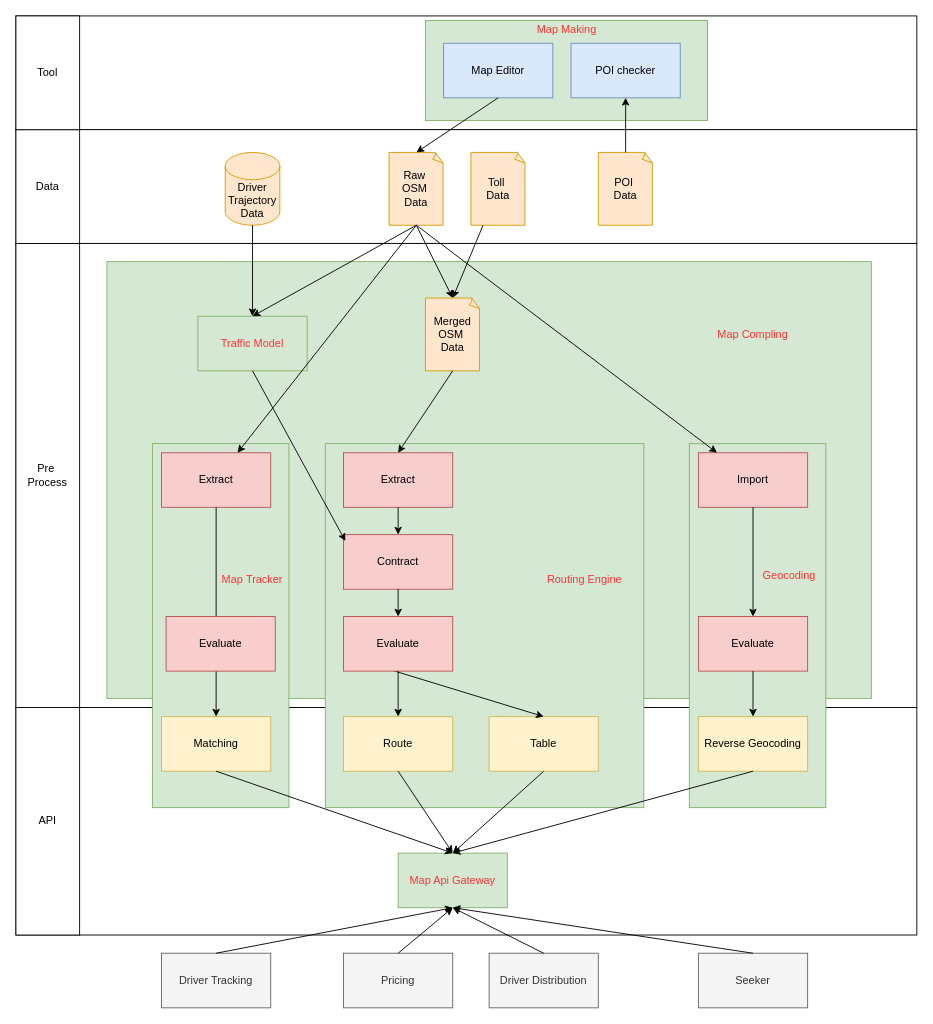
tallongsun/drawio keeps this draw.io diagram as page "map" (6 of 6) of sim-art.drawio. Above is the earlier version. Source tidied: cells renumbered, new cells numbered last; positions are measured from the earlier drawing's top-left corner, leaving out a move shared by most shapes. Both pictures are drawn from the tidied source at 91%, with x=0, y=0 at pixel (15, 15).
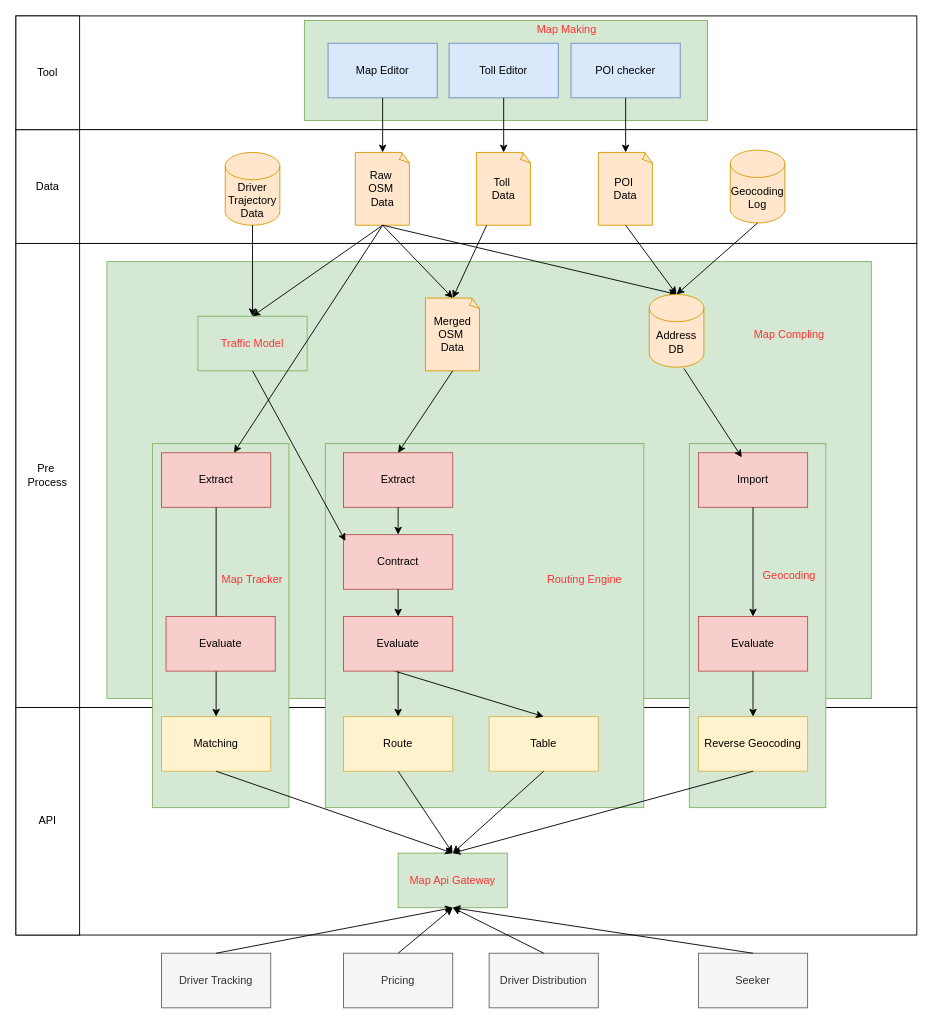
Above is the later version.

Unchanged cells that the change refers to:
```xml
<mxCell id="28" value="Import" style="rounded=0;whiteSpace=wrap;html=1;fillColor=#f8cecc;strokeColor=#b85450;" parent="1" vertex="1">
  <mxGeometry x="750" y="480" width="120" height="60" as="geometry" />
</mxCell>
<mxCell id="47" value="Seeker" style="rounded=0;whiteSpace=wrap;html=1;fillColor=#f5f5f5;fontColor=#333333;strokeColor=#666666;" parent="1" vertex="1">
  <mxGeometry x="750" y="1030" width="120" height="60" as="geometry" />
</mxCell>
<mxCell id="55" value="POI&amp;nbsp;&lt;div&gt;Data&lt;/div&gt;" style="whiteSpace=wrap;html=1;shape=mxgraph.basic.document;fillColor=#ffe6cc;strokeColor=#d79b00;" parent="1" vertex="1">
  <mxGeometry x="640" y="150" width="60" height="80" as="geometry" />
</mxCell>
<mxCell id="56" value="POI checker" style="rounded=0;whiteSpace=wrap;html=1;fillColor=#dae8fc;strokeColor=#6c8ebf;" parent="1" vertex="1">
  <mxGeometry x="610" y="30" width="120" height="60" as="geometry" />
</mxCell>
```

Diff of the diagram source:
```diff
@@
-    <mxCell id="6" style="rounded=0;whiteSpace=wrap;html=1;fillColor=#d5e8d4;strokeColor=#82b366;" parent="1" vertex="1">
-      <mxGeometry x="450" y="5" width="310" height="110" as="geometry" />
-    </mxCell>
+    <mxCell id="69" style="rounded=0;whiteSpace=wrap;html=1;fillColor=#d5e8d4;strokeColor=#82b366;" parent="1" vertex="1">
+      <mxGeometry x="317" y="5" width="443" height="110" as="geometry" />
+    </mxCell>
@@
     <mxCell id="12" value="Toll&amp;nbsp;&lt;div&gt;Data&lt;/div&gt;" style="whiteSpace=wrap;html=1;shape=mxgraph.basic.document;fillColor=#ffe6cc;strokeColor=#d79b00;" parent="1" vertex="1">
-      <mxGeometry x="500" y="150" width="60" height="80" as="geometry" />
+      <mxGeometry x="506" y="150" width="60" height="80" as="geometry" />
     </mxCell>
     <mxCell id="13" value="Raw&amp;nbsp;&lt;div&gt;OSM&amp;nbsp;&lt;/div&gt;&lt;div&gt;Data&lt;/div&gt;" style="whiteSpace=wrap;html=1;shape=mxgraph.basic.document;fillColor=#ffe6cc;strokeColor=#d79b00;" parent="1" vertex="1">
-      <mxGeometry x="410" y="150" width="60" height="80" as="geometry" />
+      <mxGeometry x="373" y="150" width="60" height="80" as="geometry" />
     </mxCell>
@@
-    <mxCell id="34" style="endArrow=classic;html=1;rounded=0;exitX=0.5;exitY=1;exitDx=0;exitDy=0;exitPerimeter=0;" parent="1" edge="1" source="13" target="28">
-      <mxGeometry relative="1" as="geometry" />
-    </mxCell>
+    <mxCell id="70" style="endArrow=classic;html=1;rounded=0;exitX=0.5;exitY=1;exitDx=0;exitDy=0;exitPerimeter=0;entryX=0.5;entryY=0;entryDx=0;entryDy=0;entryPerimeter=0;" parent="1" edge="1" source="13" target="77">
+      <mxGeometry relative="1" as="geometry" />
+    </mxCell>
@@
     <mxCell id="54" value="Map Compling" style="text;html=1;align=center;verticalAlign=middle;whiteSpace=wrap;rounded=0;fontColor=#FF3333;" parent="1" vertex="1">
-      <mxGeometry x="755" y="335" width="110" height="30" as="geometry" />
+      <mxGeometry x="795" y="335" width="110" height="30" as="geometry" />
     </mxCell>
@@
     <mxCell id="57" value="Map Editor" style="rounded=0;whiteSpace=wrap;html=1;fillColor=#dae8fc;strokeColor=#6c8ebf;" parent="1" vertex="1">
-      <mxGeometry x="470" y="30" width="120" height="60" as="geometry" />
+      <mxGeometry x="343" y="30" width="120" height="60" as="geometry" />
     </mxCell>
-    <mxCell id="58" style="endArrow=classic;html=1;rounded=0;entryX=0.5;entryY=1;entryDx=0;entryDy=0;exitX=0.5;exitY=0;exitDx=0;exitDy=0;exitPerimeter=0;" parent="1" edge="1" source="55" target="56">
-      <mxGeometry relative="1" as="geometry" />
-    </mxCell>
+    <mxCell id="71" style="endArrow=classic;html=1;rounded=0;entryX=0.5;entryY=0;entryDx=0;entryDy=0;exitX=0.5;exitY=1;exitDx=0;exitDy=0;entryPerimeter=0;" parent="1" edge="1" source="56" target="55">
+      <mxGeometry relative="1" as="geometry" />
+    </mxCell>
@@
-    <mxCell id="64" style="endArrow=classic;html=1;rounded=0;exitX=0.5;exitY=0;exitDx=0;exitDy=0;" parent="1" edge="1" source="47">
-      <mxGeometry relative="1" as="geometry">
-        <mxPoint x="480" y="980" as="targetPoint" />
-      </mxGeometry>
-    </mxCell>
+    <mxCell id="72" style="endArrow=classic;html=1;rounded=0;exitX=0.5;exitY=0;exitDx=0;exitDy=0;" parent="1" edge="1" source="47">
+      <mxGeometry relative="1" as="geometry">
+        <mxPoint x="480" y="980" as="targetPoint" />
+      </mxGeometry>
+    </mxCell>
@@
+    <mxCell id="73" value="Toll Editor" style="rounded=0;whiteSpace=wrap;html=1;fillColor=#dae8fc;strokeColor=#6c8ebf;" parent="1" vertex="1">
+      <mxGeometry x="476" y="30" width="120" height="60" as="geometry" />
+    </mxCell>
+    <mxCell id="74" style="endArrow=classic;html=1;rounded=0;exitX=0.5;exitY=1;exitDx=0;exitDy=0;" parent="1" edge="1" source="73" target="12">
+      <mxGeometry relative="1" as="geometry" />
+    </mxCell>
+    <mxCell id="75" style="endArrow=classic;html=1;rounded=0;exitX=0.5;exitY=1;exitDx=0;exitDy=0;exitPerimeter=0;entryX=0.5;entryY=0;entryDx=0;entryDy=0;entryPerimeter=0;" parent="1" edge="1" source="55" target="77">
+      <mxGeometry relative="1" as="geometry" />
+    </mxCell>
+    <mxCell id="76" value="Geocoding&lt;div&gt;Log&lt;/div&gt;" style="shape=cylinder3;whiteSpace=wrap;html=1;boundedLbl=1;backgroundOutline=1;size=15;fillColor=#ffe6cc;strokeColor=#d79b00;" parent="1" vertex="1">
+      <mxGeometry x="785" y="147.5" width="60" height="80" as="geometry" />
+    </mxCell>
+    <mxCell id="77" value="Address&lt;div&gt;DB&lt;/div&gt;" style="shape=cylinder3;whiteSpace=wrap;html=1;boundedLbl=1;backgroundOutline=1;size=15;fillColor=#ffe6cc;strokeColor=#d79b00;" parent="1" vertex="1">
+      <mxGeometry x="696" y="306" width="60" height="80" as="geometry" />
+    </mxCell>
+    <mxCell id="78" style="endArrow=classic;html=1;rounded=0;exitX=0.5;exitY=1;exitDx=0;exitDy=0;exitPerimeter=0;entryX=0.5;entryY=0;entryDx=0;entryDy=0;entryPerimeter=0;" parent="1" edge="1" source="76" target="77">
+      <mxGeometry relative="1" as="geometry" />
+    </mxCell>
+    <mxCell id="79" style="endArrow=classic;html=1;rounded=0;exitX=0.635;exitY=1.018;exitDx=0;exitDy=0;exitPerimeter=0;entryX=0.397;entryY=0.085;entryDx=0;entryDy=0;entryPerimeter=0;" parent="1" edge="1" source="77" target="28">
+      <mxGeometry relative="1" as="geometry" />
+    </mxCell>
```
